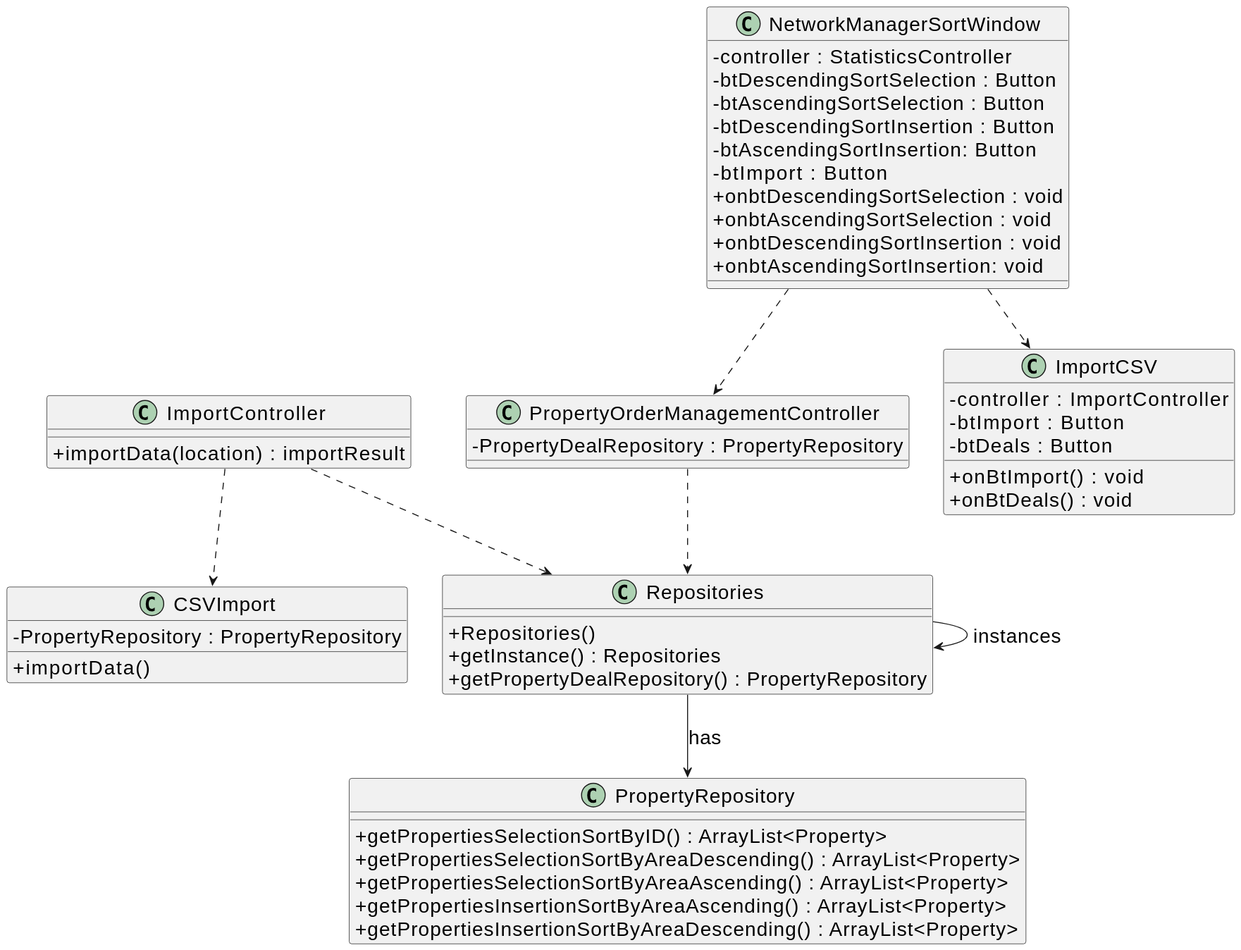
The PlantUML diagram docs/sprintD/us017/03.design/svg/us017-class-diagram.svg in Goncalves2525/real-estate-management-system, before a commit.
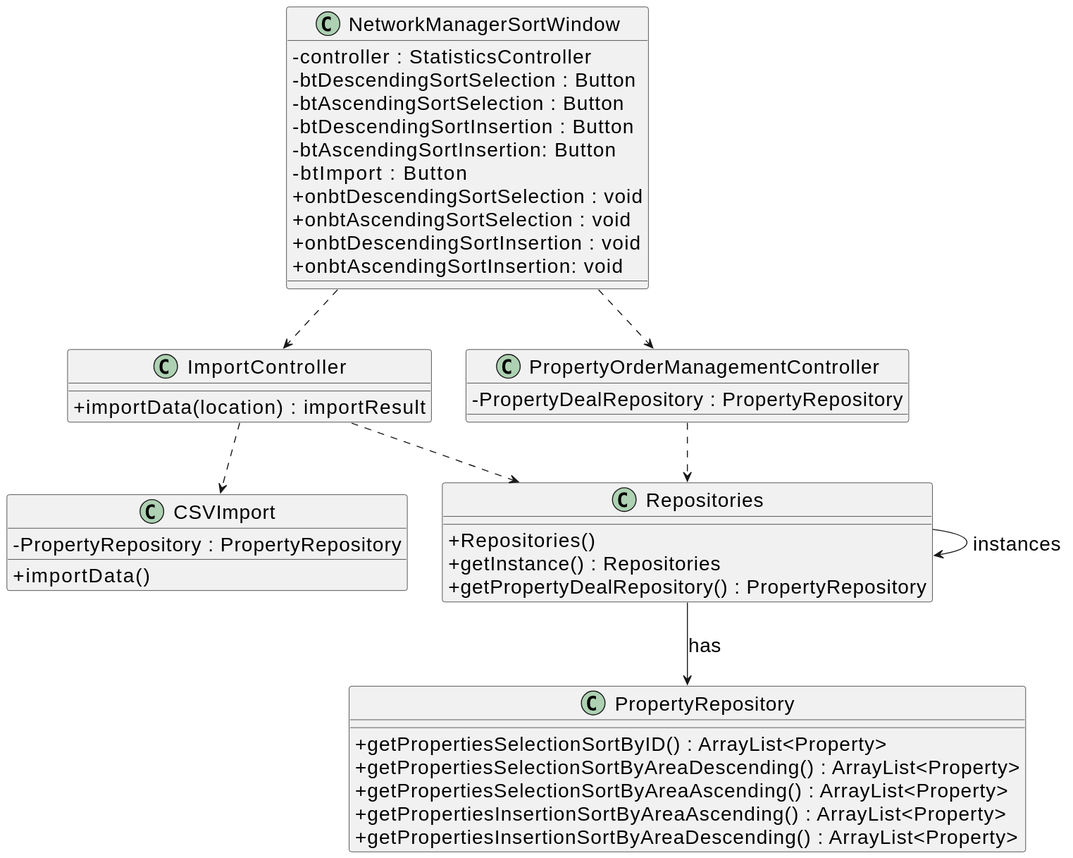
After the commit.

Change to the diagram source:
```diff
@@ -51,20 +51,9 @@
 }
 
 
-
-class ImportCSV{
-        -controller : ImportController
-        -btImport : Button
-        -btDeals : Button
-        +onBtImport() : void
-        +onBtDeals() : void
-}
-
-
-NetworkManagerSortWindow ..> ImportCSV
 NetworkManagerSortWindow ..> PropertyOrderManagementController
 PropertyOrderManagementController ..> Repositories
-
+NetworkManagerSortWindow ..> ImportController
 ImportController ..> CSVImport
 ImportController ..> Repositories
 
```
